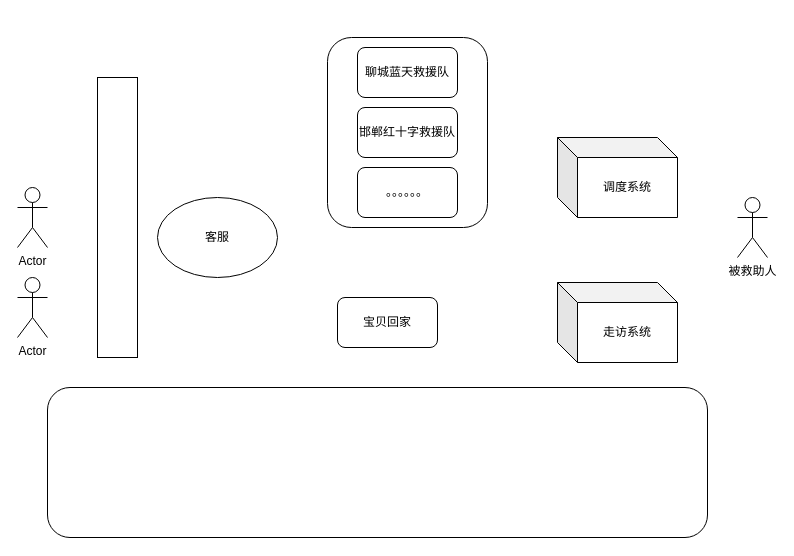
The draw.io diagram bbhj/co-wokr.drawio in airdb/drawio, before the edit. Source tidied: cells renumbered, new cells numbered last; positions are measured from the earlier drawing's top-left corner, leaving out a move shared by most shapes. Both pictures are drawn from the tidied source at 100%, with x=0, y=0 at pixel (17, 37).
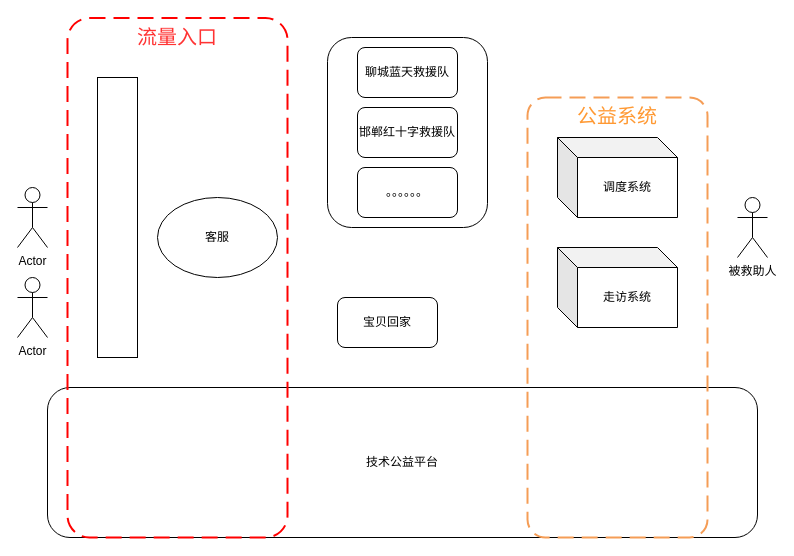
After the change.

The edit, as a diff of the source:
```diff
@@
 <mxGraphModel>
   <root>
     <mxCell id="0" />
     <mxCell id="1" parent="0" />
     <mxCell id="2" value="Actor" style="shape=umlActor;verticalLabelPosition=bottom;verticalAlign=top;html=1;" parent="1" vertex="1">
       <mxGeometry y="150" width="30" height="60" as="geometry" />
     </mxCell>
     <mxCell id="3" style="rounded=0;whiteSpace=wrap;html=1;" parent="1" vertex="1">
       <mxGeometry x="80" y="40" width="40" height="280" as="geometry" />
     </mxCell>
-    <mxCell id="4" style="rounded=1;whiteSpace=wrap;html=1;" parent="1" vertex="1">
-      <mxGeometry x="30" y="350" width="660" height="150" as="geometry" />
+    <mxCell id="4" value="技术公益平台" style="rounded=1;whiteSpace=wrap;html=1;" parent="1" vertex="1">
+      <mxGeometry x="30" y="350" width="710" height="150" as="geometry" />
     </mxCell>
     <mxCell id="5" style="rounded=1;whiteSpace=wrap;html=1;" parent="1" vertex="1">
       <mxGeometry x="310" width="160" height="190" as="geometry" />
     </mxCell>
     <mxCell id="6" value="宝贝回家" style="rounded=1;whiteSpace=wrap;html=1;" parent="1" vertex="1">
       <mxGeometry x="320" y="260" width="100" height="50" as="geometry" />
     </mxCell>
     <mxCell id="7" value="客服" style="ellipse;whiteSpace=wrap;html=1;" parent="1" vertex="1">
       <mxGeometry x="140" y="160" width="120" height="80" as="geometry" />
     </mxCell>
     <mxCell id="8" value="邯郸红十字救援队" style="rounded=1;whiteSpace=wrap;html=1;" parent="1" vertex="1">
       <mxGeometry x="340" y="70" width="100" height="50" as="geometry" />
     </mxCell>
     <mxCell id="9" value="聊城蓝天救援队" style="rounded=1;whiteSpace=wrap;html=1;" parent="1" vertex="1">
       <mxGeometry x="340" y="10" width="100" height="50" as="geometry" />
     </mxCell>
     <mxCell id="10" value="。。。。。。" style="rounded=1;whiteSpace=wrap;html=1;" parent="1" vertex="1">
       <mxGeometry x="340" y="130" width="100" height="50" as="geometry" />
     </mxCell>
     <mxCell id="11" value="调度系统" style="shape=cube;whiteSpace=wrap;html=1;boundedLbl=1;backgroundOutline=1;darkOpacity=0.05;darkOpacity2=0.1;" parent="1" vertex="1">
       <mxGeometry x="540" y="100" width="120" height="80" as="geometry" />
     </mxCell>
     <mxCell id="12" value="被救助人" style="shape=umlActor;verticalLabelPosition=bottom;verticalAlign=top;html=1;" parent="1" vertex="1">
       <mxGeometry x="720" y="160" width="30" height="60" as="geometry" />
     </mxCell>
     <mxCell id="13" value="Actor" style="shape=umlActor;verticalLabelPosition=bottom;verticalAlign=top;html=1;" parent="1" vertex="1">
       <mxGeometry y="240" width="30" height="60" as="geometry" />
     </mxCell>
     <mxCell id="14" value="走访系统" style="shape=cube;whiteSpace=wrap;html=1;boundedLbl=1;backgroundOutline=1;darkOpacity=0.05;darkOpacity2=0.1;" parent="1" vertex="1">
-      <mxGeometry x="540" y="245" width="120" height="80" as="geometry" />
+      <mxGeometry x="540" y="210" width="120" height="80" as="geometry" />
     </mxCell>
+    <mxCell id="15" value="流量入口" style="rounded=1;arcSize=10;dashed=1;strokeColor=#ff0000;fillColor=none;gradientColor=none;dashPattern=8 4;strokeWidth=2;verticalAlign=top;fontSize=20;fontColor=#FF3333;" parent="1" vertex="1">
+      <mxGeometry x="50" y="-19.5" width="220" height="519.5" as="geometry" />
+    </mxCell>
+    <mxCell id="16" value="公益系统" style="rounded=1;arcSize=10;dashed=1;strokeColor=#F59D56;fillColor=none;gradientColor=none;dashPattern=8 4;strokeWidth=2;verticalAlign=top;fontSize=20;fontColor=#FF9933;" parent="1" vertex="1">
+      <mxGeometry x="510" y="60" width="180" height="440" as="geometry" />
+    </mxCell>
   </root>
 </mxGraphModel>
```
